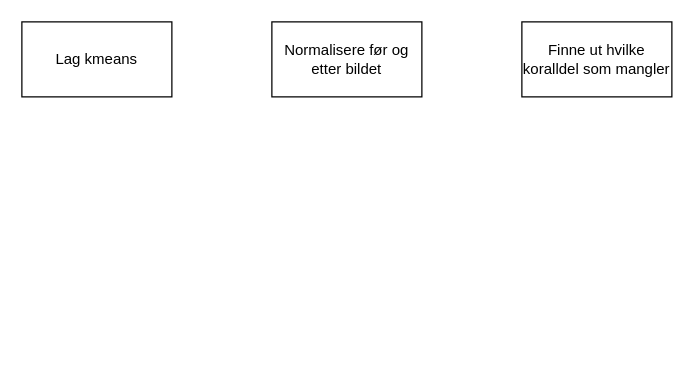
This is plan_for_kmeans.drawio from ExtremeOptimist/test_repo_1, a draw.io file, before an edit. Source tidied: cells renumbered, new cells numbered last; positions are measured from the earlier drawing's top-left corner, leaving out a move shared by most shapes. Both pictures are drawn from the tidied source at 125%, with x=0, y=0 at pixel (21, 21).
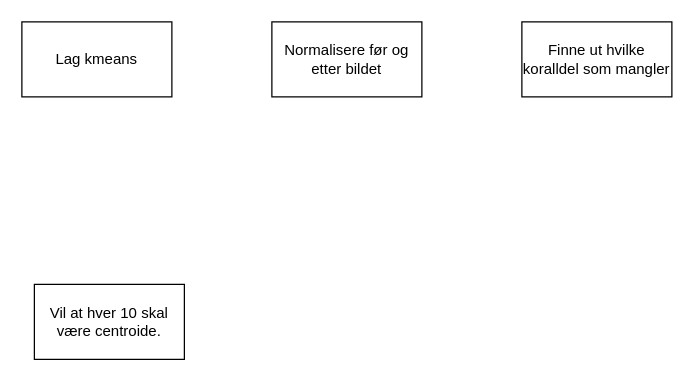
The same page after the edit.

Change to the diagram source:
```diff
@@
 <mxGraphModel>
   <root>
     <mxCell id="0" />
     <mxCell id="1" parent="0" />
     <mxCell id="2" value="Lag kmeans" style="rounded=0;whiteSpace=wrap;html=1;" parent="1" vertex="1">
       <mxGeometry width="120" height="60" as="geometry" />
     </mxCell>
     <mxCell id="3" value="Normalisere før og etter bildet&lt;br&gt;" style="rounded=0;whiteSpace=wrap;html=1;" parent="1" vertex="1">
       <mxGeometry x="200" width="120" height="60" as="geometry" />
     </mxCell>
     <mxCell id="4" value="Finne ut hvilke koralldel som mangler" style="rounded=0;whiteSpace=wrap;html=1;" parent="1" vertex="1">
       <mxGeometry x="400" width="120" height="60" as="geometry" />
     </mxCell>
+    <mxCell id="5" value="Vil at hver 10 skal være centroide." style="whiteSpace=wrap;html=1;" parent="1" vertex="1">
+      <mxGeometry x="10" y="210" width="120" height="60" as="geometry" />
+    </mxCell>
   </root>
 </mxGraphModel>
```
